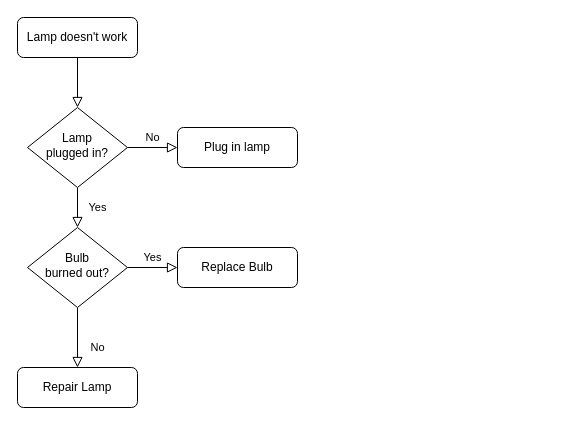
Above: Diagram zonder titel.drawio in PenguSwim/education-draw.io (draw.io), before the change. Source tidied: cells renumbered, new cells numbered last; positions are measured from the earlier drawing's top-left corner, leaving out a move shared by most shapes. Both pictures are drawn from the tidied source at 100%, with x=0, y=0 at pixel (17, 17).
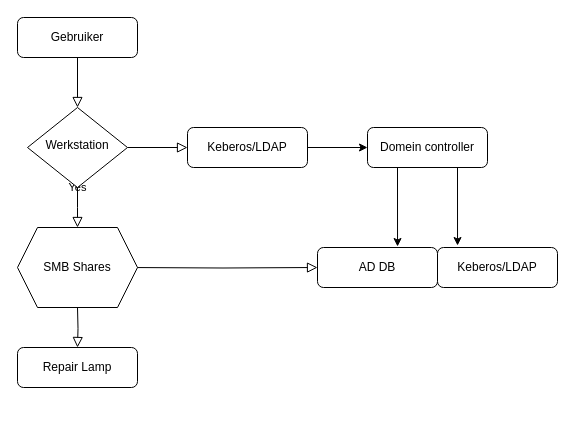
The same diagram, later.

Change to the diagram source:
```diff
@@
 <mxGraphModel>
   <root>
     <mxCell id="0" />
     <mxCell id="1" parent="0" />
     <mxCell id="2" style="rounded=0;html=1;jettySize=auto;fontSize=11;endArrow=block;endFill=0;endSize=8;strokeWidth=1;shadow=0;labelBackgroundColor=none;edgeStyle=orthogonalEdgeStyle;" parent="1" edge="1" source="3" target="6">
       <mxGeometry relative="1" as="geometry" />
     </mxCell>
-    <mxCell id="3" value="Lamp doesn't work" style="rounded=1;whiteSpace=wrap;html=1;fontSize=12;glass=0;strokeWidth=1;shadow=0;" parent="1" vertex="1">
+    <mxCell id="3" value="Gebruiker" style="rounded=1;whiteSpace=wrap;html=1;fontSize=12;glass=0;strokeWidth=1;shadow=0;" parent="1" vertex="1">
       <mxGeometry width="120" height="40" as="geometry" />
     </mxCell>
-    <mxCell id="4" value="Yes" style="rounded=0;html=1;jettySize=auto;fontSize=11;endArrow=block;endFill=0;endSize=8;strokeWidth=1;shadow=0;labelBackgroundColor=none;edgeStyle=orthogonalEdgeStyle;" parent="1" edge="1" source="6" target="10">
-      <mxGeometry y="20" relative="1" as="geometry" />
+    <mxCell id="4" value="Yes" style="rounded=0;html=1;jettySize=auto;fontSize=11;endArrow=block;endFill=0;endSize=8;strokeWidth=1;shadow=0;labelBackgroundColor=none;edgeStyle=orthogonalEdgeStyle;" parent="1" edge="1" source="6">
+      <mxGeometry y="20" relative="1" as="geometry">
+        <mxPoint x="60" y="210" as="targetPoint" />
+      </mxGeometry>
     </mxCell>
-    <mxCell id="5" value="No" style="edgeStyle=orthogonalEdgeStyle;rounded=0;html=1;jettySize=auto;fontSize=11;endArrow=block;endFill=0;endSize=8;strokeWidth=1;shadow=0;labelBackgroundColor=none;" parent="1" edge="1" source="6" target="7">
+    <mxCell id="5" style="edgeStyle=orthogonalEdgeStyle;rounded=0;html=1;jettySize=auto;fontSize=11;endArrow=block;endFill=0;endSize=8;strokeWidth=1;shadow=0;labelBackgroundColor=none;" parent="1" edge="1" source="6" target="7">
       <mxGeometry y="10" relative="1" as="geometry" />
     </mxCell>
-    <mxCell id="6" value="Lamp&lt;br&gt;plugged in?" style="rhombus;whiteSpace=wrap;html=1;shadow=0;fontFamily=Helvetica;fontSize=12;align=center;strokeWidth=1;spacing=6;spacingTop=-4;" parent="1" vertex="1">
+    <mxCell id="6" value="Werkstation" style="rhombus;whiteSpace=wrap;html=1;shadow=0;fontFamily=Helvetica;fontSize=12;align=center;strokeWidth=1;spacing=6;spacingTop=-4;" parent="1" vertex="1">
       <mxGeometry x="10" y="90" width="100" height="80" as="geometry" />
     </mxCell>
+    <mxCell id="13" style="edgeStyle=orthogonalEdgeStyle;rounded=0;jettySize=auto;html=1;exitX=1;exitY=0.5;exitDx=0;exitDy=0;entryX=0;entryY=0.5;entryDx=0;entryDy=0;" parent="1" edge="1" source="7" target="14">
+      <mxGeometry relative="1" as="geometry" />
+    </mxCell>
-    <mxCell id="7" value="Plug in lamp" style="rounded=1;whiteSpace=wrap;html=1;fontSize=12;glass=0;strokeWidth=1;shadow=0;" parent="1" vertex="1">
-      <mxGeometry x="160" y="110" width="120" height="40" as="geometry" />
+    <mxCell id="7" value="Keberos/LDAP" style="rounded=1;whiteSpace=wrap;html=1;fontSize=12;glass=0;strokeWidth=1;shadow=0;" parent="1" vertex="1">
+      <mxGeometry x="170" y="110" width="120" height="40" as="geometry" />
     </mxCell>
-    <mxCell id="8" value="No" style="rounded=0;html=1;jettySize=auto;fontSize=11;endArrow=block;endFill=0;endSize=8;strokeWidth=1;shadow=0;labelBackgroundColor=none;edgeStyle=orthogonalEdgeStyle;" parent="1" edge="1" source="10" target="11">
-      <mxGeometry x="0.33" y="20" relative="1" as="geometry" />
+    <mxCell id="8" style="rounded=0;html=1;jettySize=auto;fontSize=11;endArrow=block;endFill=0;endSize=8;strokeWidth=1;shadow=0;labelBackgroundColor=none;edgeStyle=orthogonalEdgeStyle;" parent="1" edge="1" target="11">
+      <mxGeometry x="0.33" y="20" relative="1" as="geometry">
+        <mxPoint x="60" y="290" as="sourcePoint" />
+      </mxGeometry>
     </mxCell>
-    <mxCell id="9" value="Yes" style="edgeStyle=orthogonalEdgeStyle;rounded=0;html=1;jettySize=auto;fontSize=11;endArrow=block;endFill=0;endSize=8;strokeWidth=1;shadow=0;labelBackgroundColor=none;" parent="1" edge="1" source="10" target="12">
-      <mxGeometry y="10" relative="1" as="geometry" />
+    <mxCell id="9" style="edgeStyle=orthogonalEdgeStyle;rounded=0;html=1;jettySize=auto;fontSize=11;endArrow=block;endFill=0;endSize=8;strokeWidth=1;shadow=0;labelBackgroundColor=none;" parent="1" edge="1" target="12">
+      <mxGeometry y="10" relative="1" as="geometry">
+        <mxPoint x="110" y="250" as="sourcePoint" />
+      </mxGeometry>
     </mxCell>
-    <mxCell id="10" value="Bulb&lt;br&gt;burned out?" style="rhombus;whiteSpace=wrap;html=1;shadow=0;fontFamily=Helvetica;fontSize=12;align=center;strokeWidth=1;spacing=6;spacingTop=-4;" parent="1" vertex="1">
-      <mxGeometry x="10" y="210" width="100" height="80" as="geometry" />
-    </mxCell>
     <mxCell id="11" value="Repair Lamp" style="rounded=1;whiteSpace=wrap;html=1;fontSize=12;glass=0;strokeWidth=1;shadow=0;" parent="1" vertex="1">
-      <mxGeometry y="350" width="120" height="40" as="geometry" />
+      <mxGeometry y="330" width="120" height="40" as="geometry" />
     </mxCell>
-    <mxCell id="12" value="Replace Bulb" style="rounded=1;whiteSpace=wrap;html=1;fontSize=12;glass=0;strokeWidth=1;shadow=0;" parent="1" vertex="1">
-      <mxGeometry x="160" y="230" width="120" height="40" as="geometry" />
+    <mxCell id="12" value="AD DB" style="rounded=1;whiteSpace=wrap;html=1;fontSize=12;glass=0;strokeWidth=1;shadow=0;" parent="1" vertex="1">
+      <mxGeometry x="300" y="230" width="120" height="40" as="geometry" />
     </mxCell>
+    <mxCell id="14" value="Domein controller" style="rounded=1;whiteSpace=wrap;html=1;fontSize=12;glass=0;strokeWidth=1;shadow=0;" parent="1" vertex="1">
+      <mxGeometry x="350" y="110" width="120" height="40" as="geometry" />
+    </mxCell>
+    <mxCell id="15" value="SMB Shares" style="shape=hexagon;perimeter=hexagonPerimeter2;whiteSpace=wrap;html=1;fixedSize=1;" parent="1" vertex="1">
+      <mxGeometry y="210" width="120" height="80" as="geometry" />
+    </mxCell>
+    <mxCell id="16" value="Keberos/LDAP" style="rounded=1;whiteSpace=wrap;html=1;fontSize=12;glass=0;strokeWidth=1;shadow=0;" parent="1" vertex="1">
+      <mxGeometry x="420" y="230" width="120" height="40" as="geometry" />
+    </mxCell>
+    <mxCell id="17" style="edgeStyle=orthogonalEdgeStyle;rounded=0;jettySize=auto;html=1;exitX=0.25;exitY=1;exitDx=0;exitDy=0;entryX=0.667;entryY=-0.025;entryDx=0;entryDy=0;entryPerimeter=0;" parent="1" edge="1" source="14" target="12">
+      <mxGeometry relative="1" as="geometry" />
+    </mxCell>
+    <mxCell id="18" style="edgeStyle=orthogonalEdgeStyle;rounded=0;jettySize=auto;html=1;exitX=0.75;exitY=1;exitDx=0;exitDy=0;entryX=0.167;entryY=-0.05;entryDx=0;entryDy=0;entryPerimeter=0;" parent="1" edge="1" source="14" target="16">
+      <mxGeometry relative="1" as="geometry" />
+    </mxCell>
   </root>
 </mxGraphModel>
```
